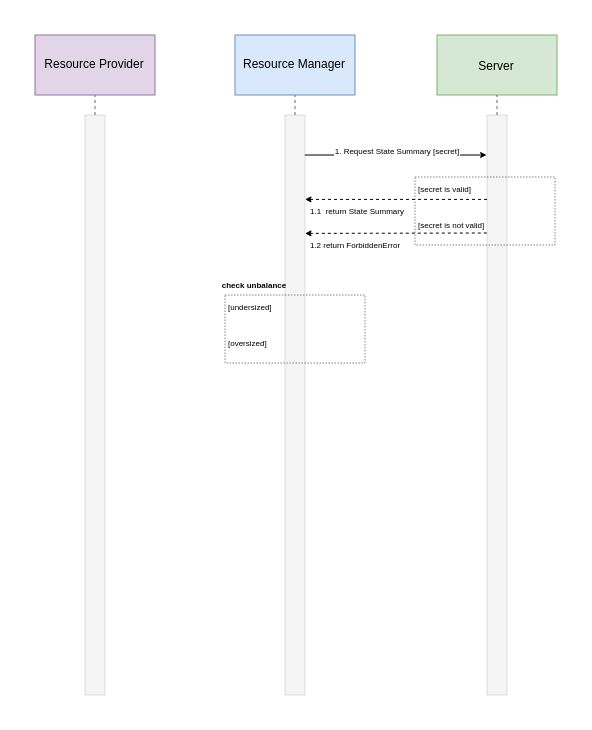
The draw.io diagram page "BALANCE CHECKING PROTOCOL" (4 of 5) of Untitled Diagram.drawio in viniciusbds/diagrams, before the edit. Source tidied: cells renumbered, new cells numbered last; positions are measured from the earlier drawing's top-left corner, leaving out a move shared by most shapes. Both pictures are drawn from the tidied source at 200%, with x=0, y=0 at pixel (34, 34).
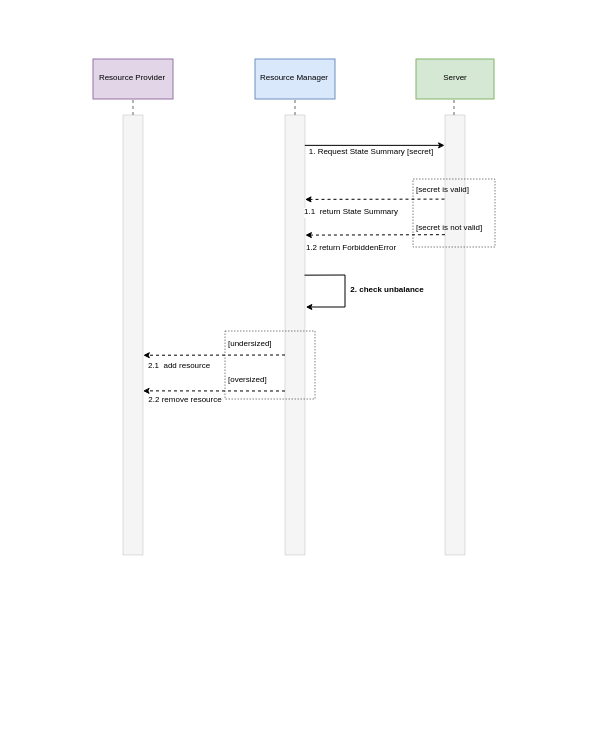
The same page after the edit.

The change refers to these unchanged cells:
```xml
<mxCell id="8" style="endArrow=classic;html=1;rounded=0;fontSize=6;fontColor=#FFFFFF;strokeWidth=0.5;exitX=0.991;exitY=0.069;exitDx=0;exitDy=0;exitPerimeter=0;entryX=-0.019;entryY=0.069;entryDx=0;entryDy=0;entryPerimeter=0;endSize=2;" parent="1" edge="1" source="3" target="7">
  <mxGeometry relative="1" as="geometry" />
</mxCell>
```

Change to the diagram source:
```diff
@@
     <mxCell id="3" style="rounded=0;whiteSpace=wrap;html=1;fillColor=#f5f5f5;fontColor=#333333;strokeColor=#666666;strokeWidth=0;" parent="1" vertex="1">
-      <mxGeometry x="125" y="40" width="10" height="290" as="geometry" />
+      <mxGeometry x="125" y="40" width="10" height="220" as="geometry" />
     </mxCell>
-    <mxCell id="4" value="&lt;font style=&quot;font-size: 6px;&quot;&gt;Resource Manager&lt;/font&gt;" style="rounded=0;whiteSpace=wrap;html=1;strokeWidth=0.5;fillColor=#dae8fc;strokeColor=#6c8ebf;fontColor=default;align=center;verticalAlign=middle;spacing=2;fontSize=6;" parent="1" vertex="1">
-      <mxGeometry x="100" width="60" height="30" as="geometry" />
+    <mxCell id="4" value="&lt;font style=&quot;font-size: 4px;&quot;&gt;Resource Manager&lt;/font&gt;" style="rounded=0;whiteSpace=wrap;html=1;strokeWidth=0.5;fillColor=#dae8fc;strokeColor=#6c8ebf;fontColor=default;align=center;verticalAlign=middle;spacing=2;fontSize=4;" parent="1" vertex="1">
+      <mxGeometry x="110" y="12" width="40" height="20" as="geometry" />
     </mxCell>
-    <mxCell id="5" value="&lt;font style=&quot;font-size: 6px;&quot;&gt;Server&lt;/font&gt;" style="rounded=0;whiteSpace=wrap;html=1;strokeWidth=0.5;fillColor=#d5e8d4;strokeColor=#82b366;verticalAlign=top;" parent="1" vertex="1">
-      <mxGeometry x="201" width="60" height="30" as="geometry" />
+    <mxCell id="5" value="&lt;font style=&quot;font-size: 4px;&quot;&gt;Server&lt;/font&gt;" style="rounded=0;whiteSpace=wrap;html=1;strokeWidth=0.5;fillColor=#d5e8d4;strokeColor=#82b366;verticalAlign=middle;fontSize=4;" parent="1" vertex="1">
+      <mxGeometry x="190.5" y="12" width="39" height="20" as="geometry" />
     </mxCell>
-    <mxCell id="6" style="edgeStyle=orthogonalEdgeStyle;rounded=0;jettySize=auto;html=1;exitX=0.5;exitY=0;exitDx=0;exitDy=0;endArrow=none;endFill=0;dashed=1;strokeWidth=0.5;fillColor=#f5f5f5;strokeColor=#666666;entryX=0.5;entryY=1;entryDx=0;entryDy=0;" parent="1" edge="1" source="7" target="5">
-      <mxGeometry relative="1" as="geometry" />
+    <mxCell id="6" style="edgeStyle=orthogonalEdgeStyle;rounded=0;jettySize=auto;html=1;exitX=0.5;exitY=0;exitDx=0;exitDy=0;endArrow=none;endFill=0;dashed=1;strokeWidth=0.5;fillColor=#f5f5f5;strokeColor=#666666;entryX=0.5;entryY=1;entryDx=0;entryDy=0;" parent="1" edge="1" source="7">
+      <mxGeometry relative="1" as="geometry">
+        <mxPoint x="209.5" y="32" as="targetPoint" />
+        <Array as="points">
+          <mxPoint x="210" y="32" />
+        </Array>
+      </mxGeometry>
     </mxCell>
     <mxCell id="7" style="rounded=0;whiteSpace=wrap;html=1;fillColor=#f5f5f5;fontColor=#333333;strokeColor=#666666;strokeWidth=0;" parent="1" vertex="1">
-      <mxGeometry x="226" y="40" width="10" height="290" as="geometry" />
+      <mxGeometry x="205" y="40" width="10" height="220" as="geometry" />
     </mxCell>
@@
     <mxCell id="9" value="&lt;div style=&quot;font-size: 4px;&quot;&gt;&lt;span style=&quot;color: rgb(0, 0, 0); font-size: 4px;&quot;&gt;&lt;font style=&quot;font-size: 4px;&quot;&gt;1. Request State Summary [secret]&lt;/font&gt;&lt;/span&gt;&lt;/div&gt;" style="edgeLabel;html=1;align=center;verticalAlign=top;fontSize=4;fontColor=#FFFFFF;" parent="8" vertex="1">
       <mxGeometry x="-0.22" relative="1" as="geometry">
-        <mxPoint x="11" y="-10" as="offset" />
+        <mxPoint x="6" y="-5" as="offset" />
       </mxGeometry>
     </mxCell>
     <mxCell id="10" style="edgeStyle=orthogonalEdgeStyle;rounded=0;jettySize=auto;html=1;exitX=0.5;exitY=0;exitDx=0;exitDy=0;endArrow=none;endFill=0;dashed=1;strokeWidth=0.5;fillColor=#f5f5f5;strokeColor=#666666;" parent="1" edge="1" source="11">
       <mxGeometry relative="1" as="geometry">
-        <mxPoint x="30" y="20" as="targetPoint" />
+        <mxPoint x="49" y="20" as="targetPoint" />
       </mxGeometry>
     </mxCell>
     <mxCell id="11" style="rounded=0;whiteSpace=wrap;html=1;fillColor=#f5f5f5;fontColor=#333333;strokeColor=#666666;strokeWidth=0;" parent="1" vertex="1">
-      <mxGeometry x="25" y="40" width="10" height="290" as="geometry" />
+      <mxGeometry x="44" y="40" width="10" height="220" as="geometry" />
     </mxCell>
-    <mxCell id="12" value="&lt;font style=&quot;font-size: 6px;&quot;&gt;Resource Provider&lt;/font&gt;" style="rounded=0;whiteSpace=wrap;html=1;strokeWidth=0.5;fillColor=#e1d5e7;strokeColor=#9673a6;align=center;verticalAlign=middle;spacing=2;fontSize=6;" parent="1" vertex="1">
-      <mxGeometry width="60" height="30" as="geometry" />
+    <mxCell id="12" value="&lt;font style=&quot;font-size: 4px;&quot;&gt;Resource Provider&lt;/font&gt;" style="rounded=0;whiteSpace=wrap;html=1;strokeWidth=0.5;fillColor=#e1d5e7;strokeColor=#9673a6;align=center;verticalAlign=middle;spacing=2;fontSize=4;" parent="1" vertex="1">
+      <mxGeometry x="29" y="12" width="40" height="20" as="geometry" />
     </mxCell>
     <mxCell id="13" style="rounded=0;whiteSpace=wrap;html=1;shadow=0;glass=0;dashed=1;sketch=0;fontSize=4;fontColor=#000000;strokeWidth=0.25;gradientColor=none;fillColor=none;" parent="1" vertex="1">
-      <mxGeometry x="190" y="71" width="70" height="34" as="geometry" />
+      <mxGeometry x="189" y="72" width="41" height="34" as="geometry" />
     </mxCell>
     <mxCell id="14" value="[secret is valid]" style="text;html=1;strokeColor=none;fillColor=none;align=left;verticalAlign=middle;whiteSpace=wrap;rounded=0;shadow=0;glass=0;dashed=1;sketch=0;fontSize=4;fontColor=#000000;" parent="1" vertex="1">
-      <mxGeometry x="190" y="73" width="30" height="10" as="geometry" />
+      <mxGeometry x="189" y="73" width="30" height="10" as="geometry" />
     </mxCell>
     <mxCell id="15" value="[secret is not valid]" style="text;html=1;strokeColor=none;fillColor=none;align=left;verticalAlign=middle;whiteSpace=wrap;rounded=0;shadow=0;glass=0;dashed=1;sketch=0;fontSize=4;fontColor=#000000;" parent="1" vertex="1">
-      <mxGeometry x="190" y="91" width="44" height="10" as="geometry" />
+      <mxGeometry x="189" y="92" width="44" height="10" as="geometry" />
     </mxCell>
-    <mxCell id="16" style="endArrow=classic;html=1;rounded=0;fontSize=4;fontColor=#000000;endSize=2;strokeWidth=0.5;exitX=0.001;exitY=0.173;exitDx=0;exitDy=0;exitPerimeter=0;entryX=0.999;entryY=0.173;entryDx=0;entryDy=0;entryPerimeter=0;dashed=1;" parent="1" edge="1">
+    <mxCell id="16" style="endArrow=classic;html=1;rounded=0;fontSize=4;fontColor=#000000;endSize=2;strokeWidth=0.5;entryX=0.999;entryY=0.173;entryDx=0;entryDy=0;entryPerimeter=0;dashed=1;exitX=0.525;exitY=0.905;exitDx=0;exitDy=0;exitPerimeter=0;" parent="1" edge="1" source="14">
       <mxGeometry relative="1" as="geometry">
-        <mxPoint x="226" y="82.2" as="sourcePoint" />
         <mxPoint x="135" y="82.2" as="targetPoint" />
       </mxGeometry>
     </mxCell>
@@
-    <mxCell id="18" style="endArrow=classic;html=1;rounded=0;fontSize=4;fontColor=#000000;endSize=2;strokeWidth=0.5;exitX=0.731;exitY=0.899;exitDx=0;exitDy=0;exitPerimeter=0;entryX=0.999;entryY=0.173;entryDx=0;entryDy=0;entryPerimeter=0;dashed=1;" parent="1" edge="1">
-      <mxGeometry relative="1" as="geometry">
-        <mxPoint x="225.9" y="99" as="sourcePoint" />
-        <mxPoint x="135" y="99.2" as="targetPoint" />
-      </mxGeometry>
+    <mxCell id="18" style="endArrow=classic;html=1;rounded=0;fontSize=4;fontColor=#000000;endSize=2;strokeWidth=0.5;entryX=1.018;entryY=0.273;entryDx=0;entryDy=0;entryPerimeter=0;dashed=1;exitX=-0.003;exitY=0.272;exitDx=0;exitDy=0;exitPerimeter=0;" parent="1" edge="1" source="7" target="3">
+      <mxGeometry relative="1" as="geometry" />
     </mxCell>
@@
     <mxCell id="20" style="rounded=0;whiteSpace=wrap;html=1;shadow=0;glass=0;dashed=1;sketch=0;fontSize=4;fontColor=#000000;strokeWidth=0.25;gradientColor=none;fillColor=none;" parent="1" vertex="1">
-      <mxGeometry x="95" y="130" width="70" height="34" as="geometry" />
+      <mxGeometry x="95" y="148" width="45" height="34" as="geometry" />
     </mxCell>
     <mxCell id="21" value="[undersized]" style="text;html=1;strokeColor=none;fillColor=none;align=left;verticalAlign=middle;whiteSpace=wrap;rounded=0;shadow=0;glass=0;dashed=1;sketch=0;fontSize=4;fontColor=#000000;" parent="1" vertex="1">
-      <mxGeometry x="95" y="132" width="35" height="10" as="geometry" />
+      <mxGeometry x="95" y="150" width="35" height="10" as="geometry" />
     </mxCell>
     <mxCell id="22" value="[oversized]" style="text;html=1;strokeColor=none;fillColor=none;align=left;verticalAlign=middle;whiteSpace=wrap;rounded=0;shadow=0;glass=0;dashed=1;sketch=0;fontSize=4;fontColor=#000000;" parent="1" vertex="1">
-      <mxGeometry x="95" y="150" width="44" height="10" as="geometry" />
+      <mxGeometry x="95" y="168" width="44" height="10" as="geometry" />
     </mxCell>
-    <mxCell id="23" value="&lt;span style=&quot;font-size: 4px; text-align: left;&quot;&gt;&lt;b&gt;check unbalance&lt;/b&gt;&lt;/span&gt;" style="text;html=1;strokeColor=none;fillColor=none;align=center;verticalAlign=middle;whiteSpace=wrap;rounded=0;shadow=0;glass=0;dashed=1;sketch=0;fontSize=3;fontColor=#000000;" parent="1" vertex="1">
-      <mxGeometry x="90" y="121" width="40" height="9" as="geometry" />
+    <mxCell id="23" value="&lt;span style=&quot;font-size: 4px; text-align: left;&quot;&gt;&lt;b&gt;2. check unbalance&lt;/b&gt;&lt;/span&gt;" style="text;html=1;strokeColor=none;fillColor=none;align=center;verticalAlign=middle;whiteSpace=wrap;rounded=0;shadow=0;glass=0;dashed=1;sketch=0;fontSize=3;fontColor=#000000;" parent="1" vertex="1">
+      <mxGeometry x="153" y="123" width="47" height="9" as="geometry" />
     </mxCell>
+    <mxCell id="24" style="endArrow=classic;html=1;rounded=0;fontSize=4;fontColor=#000000;endSize=2;strokeWidth=0.5;exitX=0.001;exitY=0.173;exitDx=0;exitDy=0;exitPerimeter=0;dashed=1;entryX=1.013;entryY=0.546;entryDx=0;entryDy=0;entryPerimeter=0;" parent="1" edge="1" target="11">
+      <mxGeometry relative="1" as="geometry">
+        <mxPoint x="125" y="160" as="sourcePoint" />
+      </mxGeometry>
+    </mxCell>
+    <mxCell id="25" value="2.1&amp;nbsp; add resource" style="edgeLabel;html=1;align=center;verticalAlign=middle;fontSize=4;fontColor=#000000;" parent="24" vertex="1">
+      <mxGeometry x="0.76" relative="1" as="geometry">
+        <mxPoint x="8" y="5" as="offset" />
+      </mxGeometry>
+    </mxCell>
+    <mxCell id="26" style="endArrow=classic;html=1;rounded=0;fontSize=4;fontColor=#000000;endSize=2;strokeWidth=0.5;exitX=0.001;exitY=0.173;exitDx=0;exitDy=0;exitPerimeter=0;dashed=1;entryX=1;entryY=0.627;entryDx=0;entryDy=0;entryPerimeter=0;" parent="1" edge="1" target="11">
+      <mxGeometry relative="1" as="geometry">
+        <mxPoint x="125" y="178" as="sourcePoint" />
+      </mxGeometry>
+    </mxCell>
+    <mxCell id="27" value="2.2 remove resource" style="edgeLabel;html=1;align=center;verticalAlign=middle;fontSize=4;fontColor=#000000;" parent="26" vertex="1">
+      <mxGeometry x="0.76" relative="1" as="geometry">
+        <mxPoint x="11" y="5" as="offset" />
+      </mxGeometry>
+    </mxCell>
+    <mxCell id="28" style="endArrow=classic;html=1;rounded=0;fontSize=3;fontColor=#000000;endSize=2;strokeWidth=0.5;entryX=1.043;entryY=0.276;entryDx=0;entryDy=0;entryPerimeter=0;exitX=0.976;exitY=0.364;exitDx=0;exitDy=0;exitPerimeter=0;" parent="1" edge="1" source="3">
+      <mxGeometry relative="1" as="geometry">
+        <mxPoint x="135.4" y="136" as="targetPoint" />
+        <Array as="points">
+          <mxPoint x="155" y="120" />
+          <mxPoint x="155" y="136" />
+          <mxPoint x="150" y="136" />
+        </Array>
+      </mxGeometry>
+    </mxCell>
```
